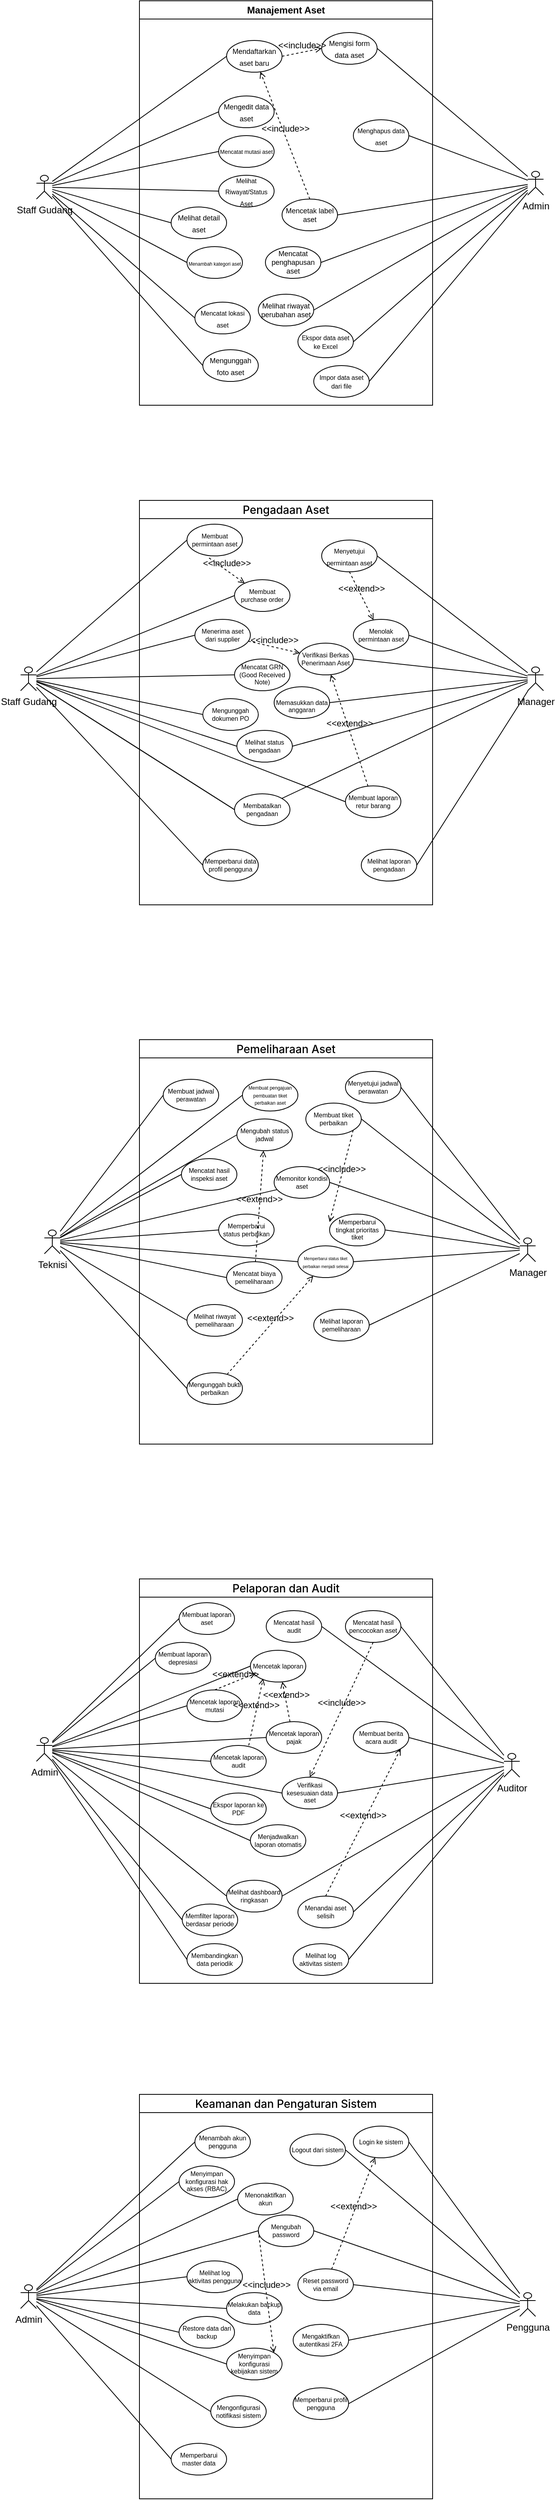
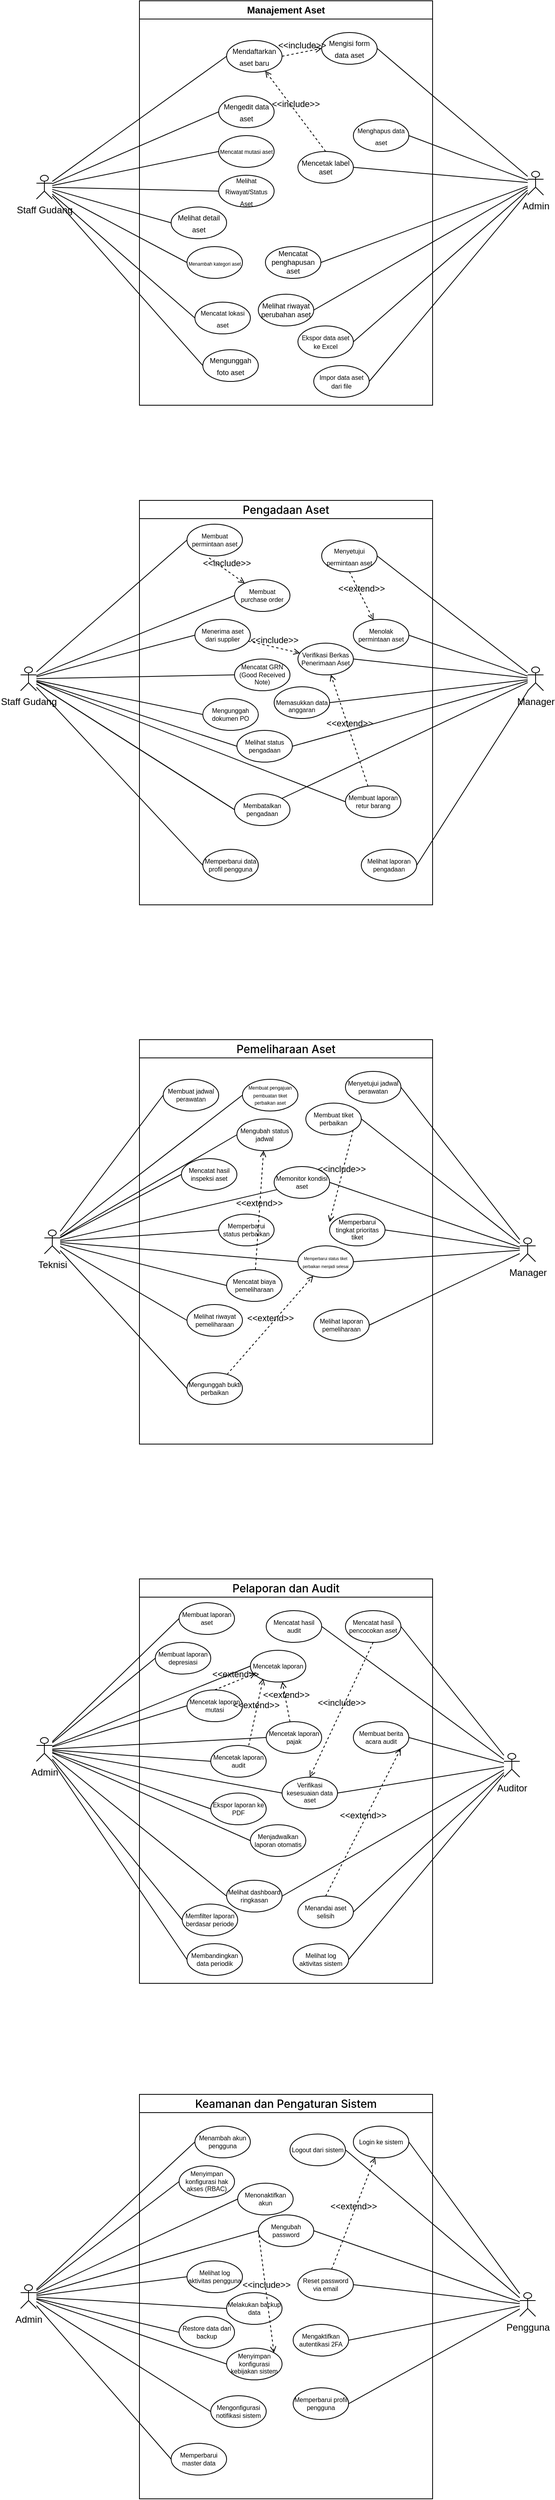
<mxfile host="app.diagrams.net">
  <diagram name="Halaman-1" id="vrqg1WvFMhjWSPYmkqD6">
-     <mxGraphModel dx="624" dy="344" grid="1" gridSize="10" guides="1" tooltips="1" connect="1" arrows="1" fold="1" page="1" pageScale="1" pageWidth="827" pageHeight="1169" math="0" shadow="0">
+     <mxGraphModel dx="1288" dy="709" grid="1" gridSize="10" guides="1" tooltips="1" connect="1" arrows="1" fold="1" page="1" pageScale="1" pageWidth="827" pageHeight="1169" math="0" shadow="0">
      <root>
        <mxCell id="0" />
        <mxCell id="1" parent="0" />
        <mxCell id="ttJMnmOJ9A8DWHro3bs2-210" parent="1" style="shape=umlActor;verticalLabelPosition=bottom;verticalAlign=top;html=1;outlineConnect=0;" value="Staff Gudang" vertex="1">
          <mxGeometry height="30" width="20" x="90" y="310" as="geometry" />
        </mxCell>
        <mxCell id="ttJMnmOJ9A8DWHro3bs2-211" parent="1" style="shape=umlActor;verticalLabelPosition=bottom;verticalAlign=top;html=1;outlineConnect=0;" value="Admin" vertex="1">
          <mxGeometry height="30" width="20" x="710" y="305" as="geometry" />
        </mxCell>
        <mxCell id="ttJMnmOJ9A8DWHro3bs2-215" edge="1" parent="1" source="ttJMnmOJ9A8DWHro3bs2-216" style="rounded=0;orthogonalLoop=1;jettySize=auto;html=1;exitX=0;exitY=0.5;exitDx=0;exitDy=0;endArrow=none;endFill=0;" target="ttJMnmOJ9A8DWHro3bs2-210">
          <mxGeometry relative="1" as="geometry" />
        </mxCell>
        <mxCell id="ttJMnmOJ9A8DWHro3bs2-217" edge="1" parent="1" source="ttJMnmOJ9A8DWHro3bs2-218" style="rounded=0;orthogonalLoop=1;jettySize=auto;html=1;exitX=0;exitY=0.5;exitDx=0;exitDy=0;endArrow=none;endFill=0;" target="ttJMnmOJ9A8DWHro3bs2-210">
          <mxGeometry relative="1" as="geometry" />
        </mxCell>
        <mxCell id="ttJMnmOJ9A8DWHro3bs2-219" parent="1" style="ellipse;whiteSpace=wrap;html=1;align=center;" value="&lt;span style=&quot;font-size: 6px;&quot;&gt;Menambah kategori aset&lt;/span&gt;" vertex="1">
          <mxGeometry height="40" width="70" x="280" y="400" as="geometry" />
        </mxCell>
        <mxCell id="ttJMnmOJ9A8DWHro3bs2-220" parent="1" style="ellipse;whiteSpace=wrap;html=1;align=center;" value="&lt;span style=&quot;&quot;&gt;&lt;font style=&quot;font-size: 9px;&quot;&gt;Mengunggah foto aset&lt;/font&gt;&lt;/span&gt;" vertex="1">
          <mxGeometry height="40" width="70" x="300" y="530" as="geometry" />
        </mxCell>
        <mxCell id="ttJMnmOJ9A8DWHro3bs2-221" parent="1" style="ellipse;whiteSpace=wrap;html=1;align=center;" value="&lt;span style=&quot;&quot;&gt;&lt;font style=&quot;font-size: 9px;&quot;&gt;Mengedit data aset&lt;/font&gt;&lt;/span&gt;" vertex="1">
          <mxGeometry height="40" width="70" x="320" y="210" as="geometry" />
        </mxCell>
        <mxCell id="ttJMnmOJ9A8DWHro3bs2-222" parent="1" style="ellipse;whiteSpace=wrap;html=1;align=center;" value="&lt;span style=&quot;&quot;&gt;&lt;font style=&quot;font-size: 8px;&quot;&gt;Mencatat lokasi aset&lt;/font&gt;&lt;/span&gt;" vertex="1">
          <mxGeometry height="40" width="70" x="290" y="470" as="geometry" />
        </mxCell>
        <mxCell id="ttJMnmOJ9A8DWHro3bs2-223" parent="1" style="ellipse;whiteSpace=wrap;html=1;align=center;" value="&lt;span style=&quot;&quot;&gt;&lt;font style=&quot;font-size: 9px;&quot;&gt;Mengisi form data aset&lt;/font&gt;&lt;/span&gt;" vertex="1">
          <mxGeometry height="40" width="70" x="450" y="130" as="geometry" />
        </mxCell>
        <mxCell id="ttJMnmOJ9A8DWHro3bs2-226" edge="1" parent="1" source="ttJMnmOJ9A8DWHro3bs2-227" style="rounded=0;orthogonalLoop=1;jettySize=auto;html=1;exitX=1;exitY=0.5;exitDx=0;exitDy=0;endArrow=none;endFill=0;" target="ttJMnmOJ9A8DWHro3bs2-211">
          <mxGeometry relative="1" as="geometry">
            <mxPoint x="710" y="340" as="targetPoint" />
          </mxGeometry>
        </mxCell>
        <mxCell id="ttJMnmOJ9A8DWHro3bs2-232" edge="1" parent="1" source="ttJMnmOJ9A8DWHro3bs2-212" style="rounded=0;orthogonalLoop=1;jettySize=auto;html=1;exitX=0;exitY=0.5;exitDx=0;exitDy=0;endArrow=none;endFill=0;" target="ttJMnmOJ9A8DWHro3bs2-210">
          <mxGeometry relative="1" as="geometry" />
        </mxCell>
        <mxCell id="ttJMnmOJ9A8DWHro3bs2-233" edge="1" parent="1" source="ttJMnmOJ9A8DWHro3bs2-221" style="rounded=0;orthogonalLoop=1;jettySize=auto;html=1;exitX=0;exitY=0.5;exitDx=0;exitDy=0;endArrow=none;endFill=0;" target="ttJMnmOJ9A8DWHro3bs2-210">
          <mxGeometry relative="1" as="geometry" />
        </mxCell>
        <mxCell id="ttJMnmOJ9A8DWHro3bs2-234" edge="1" parent="1" source="ttJMnmOJ9A8DWHro3bs2-220" style="rounded=0;orthogonalLoop=1;jettySize=auto;html=1;exitX=0;exitY=0.5;exitDx=0;exitDy=0;endArrow=none;endFill=0;" target="ttJMnmOJ9A8DWHro3bs2-210">
          <mxGeometry relative="1" as="geometry" />
        </mxCell>
        <mxCell id="ttJMnmOJ9A8DWHro3bs2-235" edge="1" parent="1" source="ttJMnmOJ9A8DWHro3bs2-219" style="rounded=0;orthogonalLoop=1;jettySize=auto;html=1;exitX=0;exitY=0.5;exitDx=0;exitDy=0;startSize=5;endArrow=none;endFill=0;" target="ttJMnmOJ9A8DWHro3bs2-210">
          <mxGeometry relative="1" as="geometry" />
        </mxCell>
        <mxCell id="ttJMnmOJ9A8DWHro3bs2-236" edge="1" parent="1" source="ttJMnmOJ9A8DWHro3bs2-222" style="rounded=0;orthogonalLoop=1;jettySize=auto;html=1;exitX=0;exitY=0.5;exitDx=0;exitDy=0;endArrow=none;endFill=0;" target="ttJMnmOJ9A8DWHro3bs2-210">
          <mxGeometry relative="1" as="geometry" />
        </mxCell>
        <mxCell id="ttJMnmOJ9A8DWHro3bs2-237" edge="1" parent="1" source="ttJMnmOJ9A8DWHro3bs2-223" style="rounded=0;orthogonalLoop=1;jettySize=auto;html=1;exitX=1;exitY=0.5;exitDx=0;exitDy=0;endArrow=none;endFill=0;" target="ttJMnmOJ9A8DWHro3bs2-211">
          <mxGeometry relative="1" as="geometry" />
        </mxCell>
        <mxCell id="ttJMnmOJ9A8DWHro3bs2-240" edge="1" parent="1" source="ttJMnmOJ9A8DWHro3bs2-230" style="rounded=0;orthogonalLoop=1;jettySize=auto;html=1;exitX=1;exitY=0.5;exitDx=0;exitDy=0;endArrow=none;endFill=0;" target="ttJMnmOJ9A8DWHro3bs2-211">
          <mxGeometry relative="1" as="geometry" />
        </mxCell>
        <mxCell id="ttJMnmOJ9A8DWHro3bs2-241" edge="1" parent="1" source="ttJMnmOJ9A8DWHro3bs2-228" style="rounded=0;orthogonalLoop=1;jettySize=auto;html=1;exitX=1;exitY=0.5;exitDx=0;exitDy=0;endArrow=none;endFill=0;" target="ttJMnmOJ9A8DWHro3bs2-211">
          <mxGeometry relative="1" as="geometry" />
        </mxCell>
        <mxCell id="ttJMnmOJ9A8DWHro3bs2-242" edge="1" parent="1" source="ttJMnmOJ9A8DWHro3bs2-225" style="rounded=0;orthogonalLoop=1;jettySize=auto;html=1;exitX=1;exitY=0.5;exitDx=0;exitDy=0;endArrow=none;endFill=0;" target="ttJMnmOJ9A8DWHro3bs2-211">
          <mxGeometry relative="1" as="geometry" />
        </mxCell>
        <mxCell id="ttJMnmOJ9A8DWHro3bs2-243" edge="1" parent="1" source="ttJMnmOJ9A8DWHro3bs2-231" style="rounded=0;orthogonalLoop=1;jettySize=auto;html=1;exitX=1;exitY=0.5;exitDx=0;exitDy=0;endArrow=none;endFill=0;" target="ttJMnmOJ9A8DWHro3bs2-211">
          <mxGeometry relative="1" as="geometry" />
        </mxCell>
        <mxCell id="ttJMnmOJ9A8DWHro3bs2-245" edge="1" parent="1" source="ttJMnmOJ9A8DWHro3bs2-212" style="html=1;verticalAlign=bottom;labelBackgroundColor=none;endArrow=open;endFill=0;dashed=1;rounded=0;entryX=0;entryY=0.5;entryDx=0;entryDy=0;exitX=1;exitY=0.5;exitDx=0;exitDy=0;" target="ttJMnmOJ9A8DWHro3bs2-223" value="&amp;lt;&amp;lt;include&amp;gt;&amp;gt;">
          <mxGeometry relative="1" width="160" as="geometry">
            <mxPoint x="400" y="170" as="sourcePoint" />
            <mxPoint x="560" y="170" as="targetPoint" />
          </mxGeometry>
        </mxCell>
        <mxCell id="ttJMnmOJ9A8DWHro3bs2-248" parent="1" style="swimlane;whiteSpace=wrap;html=1;startSize=23;" value="Manajement Aset" vertex="1">
          <mxGeometry height="510" width="370" x="220" y="90" as="geometry" />
        </mxCell>
        <mxCell id="ttJMnmOJ9A8DWHro3bs2-218" parent="ttJMnmOJ9A8DWHro3bs2-248" style="ellipse;whiteSpace=wrap;html=1;align=center;" value="&lt;span style=&quot;&quot;&gt;&lt;font style=&quot;font-size: 9px;&quot;&gt;Melihat detail aset&lt;/font&gt;&lt;/span&gt;" vertex="1">
          <mxGeometry height="40" width="70" x="40" y="260" as="geometry" />
        </mxCell>
        <mxCell id="ttJMnmOJ9A8DWHro3bs2-216" parent="ttJMnmOJ9A8DWHro3bs2-248" style="ellipse;whiteSpace=wrap;html=1;align=center;" value="&lt;font style=&quot;font-size: 8px;&quot;&gt;Melihat Riwayat/Status Aset&lt;/font&gt;" vertex="1">
          <mxGeometry height="40" width="70" x="100" y="220" as="geometry" />
        </mxCell>
        <mxCell id="ttJMnmOJ9A8DWHro3bs2-230" parent="ttJMnmOJ9A8DWHro3bs2-248" style="ellipse;whiteSpace=wrap;html=1;verticalAlign=middle;fontSize=9;align=center;" value="Mencatat penghapusan aset" vertex="1">
          <mxGeometry height="40" width="70" x="159" y="310" as="geometry" />
        </mxCell>
        <mxCell id="ttJMnmOJ9A8DWHro3bs2-214" parent="ttJMnmOJ9A8DWHro3bs2-248" style="ellipse;whiteSpace=wrap;html=1;align=center;" value="&lt;span style=&quot;&quot;&gt;&lt;font style=&quot;font-size: 8px;&quot;&gt;Menghapus data aset&lt;/font&gt;&lt;/span&gt;" vertex="1">
          <mxGeometry height="40" width="70" x="270" y="150" as="geometry" />
        </mxCell>
        <mxCell id="ttJMnmOJ9A8DWHro3bs2-229" parent="ttJMnmOJ9A8DWHro3bs2-248" style="ellipse;whiteSpace=wrap;html=1;verticalAlign=middle;fontSize=9;align=center;" value="&lt;font style=&quot;font-size: 7px;&quot;&gt;Mencatat mutasi aset&lt;/font&gt;" vertex="1">
          <mxGeometry height="40" width="70" x="100" y="170" as="geometry" />
        </mxCell>
        <mxCell id="ttJMnmOJ9A8DWHro3bs2-225" parent="ttJMnmOJ9A8DWHro3bs2-248" style="ellipse;whiteSpace=wrap;html=1;verticalAlign=middle;fontSize=9;align=center;" value="Melihat riwayat perubahan aset" vertex="1">
          <mxGeometry height="40" width="70" x="150" y="370" as="geometry" />
        </mxCell>
        <mxCell id="ttJMnmOJ9A8DWHro3bs2-231" parent="ttJMnmOJ9A8DWHro3bs2-248" style="ellipse;whiteSpace=wrap;html=1;verticalAlign=middle;fontSize=9;align=center;" value="&lt;font style=&quot;font-size: 8px;&quot;&gt;Impor data aset dari file&lt;/font&gt;" vertex="1">
          <mxGeometry height="40" width="70" x="220" y="460" as="geometry" />
        </mxCell>
        <mxCell id="ttJMnmOJ9A8DWHro3bs2-227" parent="ttJMnmOJ9A8DWHro3bs2-248" style="ellipse;whiteSpace=wrap;html=1;verticalAlign=middle;fontSize=9;align=center;" value="&lt;font style=&quot;font-size: 8px;&quot;&gt;Ekspor data aset ke Excel&lt;/font&gt;" vertex="1">
          <mxGeometry height="40" width="70" x="200" y="410" as="geometry" />
        </mxCell>
        <mxCell id="ttJMnmOJ9A8DWHro3bs2-228" parent="ttJMnmOJ9A8DWHro3bs2-248" style="ellipse;whiteSpace=wrap;html=1;verticalAlign=middle;fontSize=9;align=center;" value="Mencetak label aset" vertex="1">
-           <mxGeometry height="40" width="70" x="180" y="250" as="geometry" />
+           <mxGeometry height="40" width="70" x="200" y="190" as="geometry" />
        </mxCell>
        <mxCell id="ttJMnmOJ9A8DWHro3bs2-212" parent="ttJMnmOJ9A8DWHro3bs2-248" style="ellipse;whiteSpace=wrap;html=1;align=center;" value="&lt;span style=&quot;&quot;&gt;&lt;font style=&quot;font-size: 9px;&quot;&gt;Mendaftarkan aset baru&lt;/font&gt;&lt;/span&gt;" vertex="1">
          <mxGeometry height="40" width="70" x="110" y="50" as="geometry" />
        </mxCell>
        <mxCell id="ttJMnmOJ9A8DWHro3bs2-244" edge="1" parent="ttJMnmOJ9A8DWHro3bs2-248" source="ttJMnmOJ9A8DWHro3bs2-228" style="html=1;verticalAlign=bottom;labelBackgroundColor=none;endArrow=open;endFill=0;dashed=1;rounded=0;exitX=0.5;exitY=0;exitDx=0;exitDy=0;" target="ttJMnmOJ9A8DWHro3bs2-212" value="&amp;lt;&amp;lt;include&amp;gt;&amp;gt;">
          <mxGeometry relative="1" width="160" as="geometry">
            <mxPoint x="160" y="300" as="sourcePoint" />
            <mxPoint x="265" y="130" as="targetPoint" />
          </mxGeometry>
        </mxCell>
        <mxCell id="ttJMnmOJ9A8DWHro3bs2-249" parent="1" style="swimlane;whiteSpace=wrap;html=1;startSize=23;" value="&lt;span style=&quot;font-family: &amp;quot;Anthropic Sans&amp;quot;, -apple-system, BlinkMacSystemFont, &amp;quot;Segoe UI&amp;quot;, sans-serif; font-size: 14px; font-weight: 500; text-align: start; white-space: nowrap;&quot;&gt;Pengadaan Aset&lt;/span&gt;" vertex="1">
          <mxGeometry height="510" width="370" x="220" y="720" as="geometry" />
        </mxCell>
        <mxCell id="ttJMnmOJ9A8DWHro3bs2-253" parent="ttJMnmOJ9A8DWHro3bs2-249" style="ellipse;whiteSpace=wrap;html=1;align=center;fontSize=8;" value="&lt;span style=&quot;&quot;&gt;Membuat permintaan aset&lt;/span&gt;" vertex="1">
          <mxGeometry height="40" width="70" x="60" y="30" as="geometry" />
        </mxCell>
        <mxCell id="ttJMnmOJ9A8DWHro3bs2-254" parent="ttJMnmOJ9A8DWHro3bs2-249" style="ellipse;whiteSpace=wrap;html=1;align=center;fontSize=8;" value="&lt;span style=&quot;&quot;&gt;Membuat purchase order&lt;/span&gt;" vertex="1">
          <mxGeometry height="40" width="70" x="120" y="100" as="geometry" />
        </mxCell>
        <mxCell id="ttJMnmOJ9A8DWHro3bs2-260" parent="ttJMnmOJ9A8DWHro3bs2-249" style="ellipse;whiteSpace=wrap;html=1;align=center;fontSize=8;" value="&lt;span style=&quot;&quot;&gt;Menerima aset dari supplier&lt;/span&gt;" vertex="1">
          <mxGeometry height="40" width="70" x="70" y="150" as="geometry" />
        </mxCell>
        <mxCell id="ttJMnmOJ9A8DWHro3bs2-255" parent="ttJMnmOJ9A8DWHro3bs2-249" style="ellipse;whiteSpace=wrap;html=1;align=center;fontSize=8;" value="Memperbarui data profil pengguna" vertex="1">
          <mxGeometry height="40" width="70" x="80" y="440" as="geometry" />
        </mxCell>
        <mxCell id="ttJMnmOJ9A8DWHro3bs2-258" parent="ttJMnmOJ9A8DWHro3bs2-249" style="ellipse;whiteSpace=wrap;html=1;align=center;fontSize=8;" value="&lt;span style=&quot;&quot;&gt;Mencatat GRN (Good Received Note)&lt;/span&gt;" vertex="1">
          <mxGeometry height="40" width="70" x="120" y="200" as="geometry" />
        </mxCell>
        <mxCell id="ttJMnmOJ9A8DWHro3bs2-259" parent="ttJMnmOJ9A8DWHro3bs2-249" style="ellipse;whiteSpace=wrap;html=1;align=center;fontSize=8;" value="&lt;span style=&quot;&quot;&gt;Membatalkan pengadaan&lt;/span&gt;" vertex="1">
          <mxGeometry height="40" width="70" x="120" y="370" as="geometry" />
        </mxCell>
        <mxCell id="ttJMnmOJ9A8DWHro3bs2-256" parent="ttJMnmOJ9A8DWHro3bs2-249" style="ellipse;whiteSpace=wrap;html=1;align=center;fontSize=8;" value="&lt;span style=&quot;&quot;&gt;Mengunggah dokumen PO&lt;/span&gt;" vertex="1">
          <mxGeometry height="40" width="70" x="80" y="250" as="geometry" />
        </mxCell>
        <mxCell id="ttJMnmOJ9A8DWHro3bs2-257" parent="ttJMnmOJ9A8DWHro3bs2-249" style="ellipse;whiteSpace=wrap;html=1;align=center;fontSize=8;" value="&lt;span style=&quot;&quot;&gt;Melihat status pengadaan&lt;/span&gt;" vertex="1">
          <mxGeometry height="40" width="70" x="123" y="290" as="geometry" />
        </mxCell>
        <mxCell id="ttJMnmOJ9A8DWHro3bs2-263" parent="ttJMnmOJ9A8DWHro3bs2-249" style="ellipse;whiteSpace=wrap;html=1;align=center;" value="&lt;span style=&quot;&quot;&gt;&lt;font style=&quot;font-size: 8px;&quot;&gt;Menyetujui permintaan aset&lt;/font&gt;&lt;/span&gt;" vertex="1">
          <mxGeometry height="40" width="70" x="230" y="50" as="geometry" />
        </mxCell>
        <mxCell id="ttJMnmOJ9A8DWHro3bs2-261" parent="ttJMnmOJ9A8DWHro3bs2-249" style="ellipse;whiteSpace=wrap;html=1;align=center;fontSize=8;" value="&lt;span style=&quot;&quot;&gt;Menolak permintaan aset&lt;/span&gt;" vertex="1">
          <mxGeometry height="40" width="70" x="270" y="150" as="geometry" />
        </mxCell>
        <mxCell id="ttJMnmOJ9A8DWHro3bs2-262" parent="ttJMnmOJ9A8DWHro3bs2-249" style="ellipse;whiteSpace=wrap;html=1;align=center;fontSize=8;" value="&lt;br&gt;&lt;div&gt;Memasukkan data anggaran&lt;/div&gt;" vertex="1">
          <mxGeometry height="40" width="70" x="170" y="235" as="geometry" />
        </mxCell>
        <mxCell id="ttJMnmOJ9A8DWHro3bs2-264" parent="ttJMnmOJ9A8DWHro3bs2-249" style="ellipse;whiteSpace=wrap;html=1;align=center;fontSize=8;" value="&lt;span style=&quot;&quot;&gt;Melihat laporan pengadaan&lt;/span&gt;" vertex="1">
          <mxGeometry height="40" width="70" x="280" y="440" as="geometry" />
        </mxCell>
        <mxCell id="ttJMnmOJ9A8DWHro3bs2-265" parent="ttJMnmOJ9A8DWHro3bs2-249" style="ellipse;whiteSpace=wrap;html=1;align=center;fontSize=8;" value="Verifikasi Berkas Penerimaan Aset" vertex="1">
          <mxGeometry height="40" width="70" x="200" y="180" as="geometry" />
        </mxCell>
        <mxCell id="ttJMnmOJ9A8DWHro3bs2-286" edge="1" parent="ttJMnmOJ9A8DWHro3bs2-249" source="ttJMnmOJ9A8DWHro3bs2-263" style="html=1;verticalAlign=bottom;labelBackgroundColor=none;endArrow=open;endFill=0;dashed=1;rounded=0;exitX=0.5;exitY=1;exitDx=0;exitDy=0;" target="ttJMnmOJ9A8DWHro3bs2-261" value="&amp;lt;&amp;lt;extend&amp;gt;&amp;gt;">
          <mxGeometry relative="1" width="160" as="geometry">
            <mxPoint x="220" y="80" as="sourcePoint" />
            <mxPoint x="270" y="84" as="targetPoint" />
          </mxGeometry>
        </mxCell>
        <mxCell id="Ji7-jTJ7KOdppPhq-gUy-3" edge="1" parent="ttJMnmOJ9A8DWHro3bs2-249" source="ttJMnmOJ9A8DWHro3bs2-253" style="html=1;verticalAlign=bottom;labelBackgroundColor=none;endArrow=open;endFill=0;dashed=1;rounded=0;exitX=0.398;exitY=1.064;exitDx=0;exitDy=0;exitPerimeter=0;" target="ttJMnmOJ9A8DWHro3bs2-254" value="&amp;lt;&amp;lt;include&amp;gt;&amp;gt;">
          <mxGeometry relative="1" width="160" as="geometry">
            <mxPoint x="210" y="70" as="sourcePoint" />
            <mxPoint x="232" y="173" as="targetPoint" />
          </mxGeometry>
        </mxCell>
        <mxCell id="Ji7-jTJ7KOdppPhq-gUy-5" edge="1" parent="ttJMnmOJ9A8DWHro3bs2-249" source="ttJMnmOJ9A8DWHro3bs2-260" style="html=1;verticalAlign=bottom;labelBackgroundColor=none;endArrow=open;endFill=0;dashed=1;rounded=0;" target="ttJMnmOJ9A8DWHro3bs2-265" value="&amp;lt;&amp;lt;include&amp;gt;&amp;gt;">
          <mxGeometry relative="1" width="160" as="geometry">
            <mxPoint x="190" y="150" as="sourcePoint" />
            <mxPoint x="235" y="182" as="targetPoint" />
          </mxGeometry>
        </mxCell>
        <mxCell id="Ji7-jTJ7KOdppPhq-gUy-6" parent="ttJMnmOJ9A8DWHro3bs2-249" style="ellipse;whiteSpace=wrap;html=1;align=center;fontSize=8;" value="&lt;span style=&quot;&quot;&gt;Me&lt;/span&gt;&lt;span style=&quot;background-color: transparent; color: light-dark(rgb(0, 0, 0), rgb(255, 255, 255));&quot;&gt;mbuat laporan retur barang&lt;/span&gt;" vertex="1">
          <mxGeometry height="40" width="70" x="260" y="360" as="geometry" />
        </mxCell>
        <mxCell id="Ji7-jTJ7KOdppPhq-gUy-8" edge="1" parent="ttJMnmOJ9A8DWHro3bs2-249" source="Ji7-jTJ7KOdppPhq-gUy-6" style="html=1;verticalAlign=bottom;labelBackgroundColor=none;endArrow=open;endFill=0;dashed=1;rounded=0;" target="ttJMnmOJ9A8DWHro3bs2-265" value="&amp;lt;&amp;lt;extend&amp;gt;&amp;gt;">
          <mxGeometry relative="1" width="160" as="geometry">
            <mxPoint x="300" y="340" as="sourcePoint" />
            <mxPoint x="330" y="401" as="targetPoint" />
          </mxGeometry>
        </mxCell>
        <mxCell id="ttJMnmOJ9A8DWHro3bs2-250" parent="1" style="shape=umlActor;verticalLabelPosition=bottom;verticalAlign=top;html=1;outlineConnect=0;" value="Staff Gudang" vertex="1">
          <mxGeometry height="30" width="20" x="70" y="930" as="geometry" />
        </mxCell>
        <mxCell id="ttJMnmOJ9A8DWHro3bs2-251" parent="1" style="shape=umlActor;verticalLabelPosition=bottom;verticalAlign=top;html=1;outlineConnect=0;" value="Manager" vertex="1">
          <mxGeometry height="30" width="20" x="710" y="930" as="geometry" />
        </mxCell>
        <mxCell id="ttJMnmOJ9A8DWHro3bs2-274" edge="1" parent="1" source="ttJMnmOJ9A8DWHro3bs2-256" style="rounded=0;orthogonalLoop=1;jettySize=auto;html=1;exitX=0;exitY=0.5;exitDx=0;exitDy=0;endArrow=none;endFill=0;" target="ttJMnmOJ9A8DWHro3bs2-250">
          <mxGeometry relative="1" as="geometry" />
        </mxCell>
        <mxCell id="ttJMnmOJ9A8DWHro3bs2-275" edge="1" parent="1" source="ttJMnmOJ9A8DWHro3bs2-257" style="rounded=0;orthogonalLoop=1;jettySize=auto;html=1;exitX=0;exitY=0.5;exitDx=0;exitDy=0;endArrow=none;endFill=0;" target="ttJMnmOJ9A8DWHro3bs2-250">
          <mxGeometry relative="1" as="geometry" />
        </mxCell>
        <mxCell id="ttJMnmOJ9A8DWHro3bs2-266" edge="1" parent="1" source="ttJMnmOJ9A8DWHro3bs2-253" style="rounded=0;orthogonalLoop=1;jettySize=auto;html=1;exitX=0;exitY=0.5;exitDx=0;exitDy=0;endArrow=none;endFill=0;" target="ttJMnmOJ9A8DWHro3bs2-250">
          <mxGeometry relative="1" as="geometry" />
        </mxCell>
        <mxCell id="ttJMnmOJ9A8DWHro3bs2-267" edge="1" parent="1" source="ttJMnmOJ9A8DWHro3bs2-254" style="rounded=0;orthogonalLoop=1;jettySize=auto;html=1;exitX=0;exitY=0.5;exitDx=0;exitDy=0;endArrow=none;endFill=0;" target="ttJMnmOJ9A8DWHro3bs2-250">
          <mxGeometry relative="1" as="geometry" />
        </mxCell>
        <mxCell id="ttJMnmOJ9A8DWHro3bs2-268" edge="1" parent="1" source="ttJMnmOJ9A8DWHro3bs2-260" style="rounded=0;orthogonalLoop=1;jettySize=auto;html=1;exitX=0;exitY=0.5;exitDx=0;exitDy=0;endArrow=none;endFill=0;" target="ttJMnmOJ9A8DWHro3bs2-250">
          <mxGeometry relative="1" as="geometry" />
        </mxCell>
        <mxCell id="ttJMnmOJ9A8DWHro3bs2-269" edge="1" parent="1" source="ttJMnmOJ9A8DWHro3bs2-255" style="rounded=0;orthogonalLoop=1;jettySize=auto;html=1;exitX=0;exitY=0.5;exitDx=0;exitDy=0;endArrow=none;endFill=0;" target="ttJMnmOJ9A8DWHro3bs2-250">
          <mxGeometry relative="1" as="geometry" />
        </mxCell>
        <mxCell id="ttJMnmOJ9A8DWHro3bs2-271" edge="1" parent="1" source="ttJMnmOJ9A8DWHro3bs2-259" style="rounded=0;orthogonalLoop=1;jettySize=auto;html=1;exitX=0;exitY=0.5;exitDx=0;exitDy=0;endArrow=none;endFill=0;" target="ttJMnmOJ9A8DWHro3bs2-250">
          <mxGeometry relative="1" as="geometry" />
        </mxCell>
        <mxCell id="ttJMnmOJ9A8DWHro3bs2-272" edge="1" parent="1" source="ttJMnmOJ9A8DWHro3bs2-259" style="rounded=0;orthogonalLoop=1;jettySize=auto;html=1;exitX=0;exitY=0.5;exitDx=0;exitDy=0;endArrow=none;endFill=0;" target="ttJMnmOJ9A8DWHro3bs2-250">
          <mxGeometry relative="1" as="geometry" />
        </mxCell>
        <mxCell id="ttJMnmOJ9A8DWHro3bs2-276" edge="1" parent="1" source="ttJMnmOJ9A8DWHro3bs2-258" style="rounded=0;orthogonalLoop=1;jettySize=auto;html=1;exitX=0;exitY=0.5;exitDx=0;exitDy=0;endArrow=none;endFill=0;" target="ttJMnmOJ9A8DWHro3bs2-250" value="">
          <mxGeometry relative="1" as="geometry">
            <mxPoint x="330" y="1030" as="sourcePoint" />
            <mxPoint x="120" y="900" as="targetPoint" />
          </mxGeometry>
        </mxCell>
        <mxCell id="ttJMnmOJ9A8DWHro3bs2-278" edge="1" parent="1" source="ttJMnmOJ9A8DWHro3bs2-263" style="rounded=0;orthogonalLoop=1;jettySize=auto;html=1;exitX=1;exitY=0.5;exitDx=0;exitDy=0;endArrow=none;endFill=0;" target="ttJMnmOJ9A8DWHro3bs2-251">
          <mxGeometry relative="1" as="geometry" />
        </mxCell>
        <mxCell id="ttJMnmOJ9A8DWHro3bs2-279" edge="1" parent="1" source="ttJMnmOJ9A8DWHro3bs2-261" style="rounded=0;orthogonalLoop=1;jettySize=auto;html=1;exitX=1;exitY=0.5;exitDx=0;exitDy=0;endArrow=none;endFill=0;" target="ttJMnmOJ9A8DWHro3bs2-251">
          <mxGeometry relative="1" as="geometry" />
        </mxCell>
        <mxCell id="ttJMnmOJ9A8DWHro3bs2-280" edge="1" parent="1" source="ttJMnmOJ9A8DWHro3bs2-262" style="rounded=0;orthogonalLoop=1;jettySize=auto;html=1;exitX=1;exitY=0.5;exitDx=0;exitDy=0;endArrow=none;endFill=0;" target="ttJMnmOJ9A8DWHro3bs2-251">
          <mxGeometry relative="1" as="geometry" />
        </mxCell>
        <mxCell id="ttJMnmOJ9A8DWHro3bs2-281" edge="1" parent="1" source="ttJMnmOJ9A8DWHro3bs2-264" style="rounded=0;orthogonalLoop=1;jettySize=auto;html=1;exitX=1;exitY=0.5;exitDx=0;exitDy=0;endArrow=none;endFill=0;" target="ttJMnmOJ9A8DWHro3bs2-251">
          <mxGeometry relative="1" as="geometry" />
        </mxCell>
        <mxCell id="ttJMnmOJ9A8DWHro3bs2-282" edge="1" parent="1" source="ttJMnmOJ9A8DWHro3bs2-265" style="rounded=0;orthogonalLoop=1;jettySize=auto;html=1;exitX=1;exitY=0.5;exitDx=0;exitDy=0;endArrow=none;endFill=0;" target="ttJMnmOJ9A8DWHro3bs2-251">
          <mxGeometry relative="1" as="geometry" />
        </mxCell>
        <mxCell id="ttJMnmOJ9A8DWHro3bs2-319" parent="1" style="swimlane;whiteSpace=wrap;html=1;startSize=23;" value="&lt;span style=&quot;font-family: &amp;quot;Anthropic Sans&amp;quot;, -apple-system, BlinkMacSystemFont, &amp;quot;Segoe UI&amp;quot;, sans-serif; font-size: 14px; font-weight: 500; text-align: start; white-space: nowrap;&quot;&gt;Pemeliharaan Aset&lt;/span&gt;" vertex="1">
          <mxGeometry height="510" width="370" x="220" y="1400" as="geometry" />
        </mxCell>
        <mxCell id="ttJMnmOJ9A8DWHro3bs2-322" parent="ttJMnmOJ9A8DWHro3bs2-319" style="ellipse;whiteSpace=wrap;html=1;align=center;fontSize=8;" value="Membuat jadwal perawatan" vertex="1">
          <mxGeometry height="40" width="70" x="30" y="50" as="geometry" />
        </mxCell>
        <mxCell id="ttJMnmOJ9A8DWHro3bs2-323" parent="ttJMnmOJ9A8DWHro3bs2-319" style="ellipse;whiteSpace=wrap;html=1;align=center;fontSize=8;" value="Mencatat hasil inspeksi aset" vertex="1">
          <mxGeometry height="40" width="70" x="53" y="150" as="geometry" />
        </mxCell>
        <mxCell id="ttJMnmOJ9A8DWHro3bs2-324" parent="ttJMnmOJ9A8DWHro3bs2-319" style="ellipse;whiteSpace=wrap;html=1;align=center;fontSize=8;" value="Membuat tiket perbaikan" vertex="1">
          <mxGeometry height="40" width="70" x="210" y="80" as="geometry" />
        </mxCell>
        <mxCell id="ttJMnmOJ9A8DWHro3bs2-325" parent="ttJMnmOJ9A8DWHro3bs2-319" style="ellipse;whiteSpace=wrap;html=1;align=center;fontSize=8;" value="Memperbarui status perbaikan" vertex="1">
          <mxGeometry height="40" width="70" x="100" y="220" as="geometry" />
        </mxCell>
        <mxCell id="ttJMnmOJ9A8DWHro3bs2-326" parent="ttJMnmOJ9A8DWHro3bs2-319" style="ellipse;whiteSpace=wrap;html=1;align=center;fontSize=8;" value="Mencatat biaya pemeliharaan" vertex="1">
-           <mxGeometry height="40" width="70" x="110" y="280" as="geometry" />
+           <mxGeometry height="40" width="70" x="110" y="290" as="geometry" />
        </mxCell>
        <mxCell id="ttJMnmOJ9A8DWHro3bs2-328" parent="ttJMnmOJ9A8DWHro3bs2-319" style="ellipse;whiteSpace=wrap;html=1;align=center;fontSize=8;" value="Melihat riwayat pemeliharaan" vertex="1">
          <mxGeometry height="40" width="70" x="60" y="334" as="geometry" />
        </mxCell>
        <mxCell id="ttJMnmOJ9A8DWHro3bs2-329" parent="ttJMnmOJ9A8DWHro3bs2-319" style="ellipse;whiteSpace=wrap;html=1;align=center;fontSize=8;" value="Mengunggah bukti perbaikan" vertex="1">
          <mxGeometry height="40" width="70" x="60" y="420" as="geometry" />
        </mxCell>
        <mxCell id="ttJMnmOJ9A8DWHro3bs2-332" parent="ttJMnmOJ9A8DWHro3bs2-319" style="ellipse;whiteSpace=wrap;html=1;align=center;fontSize=8;" value="Memperbarui tingkat prioritas tiket" vertex="1">
          <mxGeometry height="40" width="70" x="240" y="220" as="geometry" />
        </mxCell>
        <mxCell id="ttJMnmOJ9A8DWHro3bs2-333" parent="ttJMnmOJ9A8DWHro3bs2-319" style="ellipse;whiteSpace=wrap;html=1;align=center;fontSize=8;" value="Melihat laporan pemeliharaan" vertex="1">
          <mxGeometry height="40" width="70" x="220" y="340" as="geometry" />
        </mxCell>
        <mxCell id="ttJMnmOJ9A8DWHro3bs2-334" parent="ttJMnmOJ9A8DWHro3bs2-319" style="ellipse;whiteSpace=wrap;html=1;align=center;fontSize=8;" value="&lt;font style=&quot;font-size: 5px;&quot;&gt;Memperbarui status tiket perbaikan menjadi selesai&lt;/font&gt;" vertex="1">
          <mxGeometry height="40" width="70" x="200" y="260" as="geometry" />
        </mxCell>
        <mxCell id="ttJMnmOJ9A8DWHro3bs2-352" edge="1" parent="ttJMnmOJ9A8DWHro3bs2-319" style="edgeStyle=orthogonalEdgeStyle;rounded=0;orthogonalLoop=1;jettySize=auto;html=1;exitX=0.5;exitY=1;exitDx=0;exitDy=0;">
          <mxGeometry relative="1" as="geometry">
            <mxPoint x="265" y="393" as="sourcePoint" />
            <mxPoint x="265" y="393" as="targetPoint" />
          </mxGeometry>
        </mxCell>
        <mxCell id="ttJMnmOJ9A8DWHro3bs2-353" edge="1" parent="ttJMnmOJ9A8DWHro3bs2-319" source="ttJMnmOJ9A8DWHro3bs2-324" style="html=1;verticalAlign=bottom;labelBackgroundColor=none;endArrow=open;endFill=0;dashed=1;rounded=0;exitX=1;exitY=1;exitDx=0;exitDy=0;entryX=0;entryY=0.25;entryDx=0;entryDy=0;entryPerimeter=0;" target="ttJMnmOJ9A8DWHro3bs2-332" value="&amp;lt;&amp;lt;include&amp;gt;&amp;gt;">
          <mxGeometry relative="1" width="160" as="geometry">
            <mxPoint x="220" y="180" as="sourcePoint" />
            <mxPoint x="238" y="293" as="targetPoint" />
          </mxGeometry>
        </mxCell>
        <mxCell id="ttJMnmOJ9A8DWHro3bs2-354" edge="1" parent="ttJMnmOJ9A8DWHro3bs2-319" source="ttJMnmOJ9A8DWHro3bs2-329" style="html=1;verticalAlign=bottom;labelBackgroundColor=none;endArrow=open;endFill=0;dashed=1;rounded=0;" target="ttJMnmOJ9A8DWHro3bs2-334" value="&amp;lt;&amp;lt;extend&amp;gt;&amp;gt;">
          <mxGeometry relative="1" width="160" as="geometry">
            <mxPoint x="197" y="390" as="sourcePoint" />
            <mxPoint x="180" y="510" as="targetPoint" />
          </mxGeometry>
        </mxCell>
        <mxCell id="ttJMnmOJ9A8DWHro3bs2-331" parent="ttJMnmOJ9A8DWHro3bs2-319" style="ellipse;whiteSpace=wrap;html=1;align=center;fontSize=8;" value="Memonitor kondisi aset" vertex="1">
          <mxGeometry height="40" width="70" x="170" y="160" as="geometry" />
        </mxCell>
        <mxCell id="Ji7-jTJ7KOdppPhq-gUy-9" parent="ttJMnmOJ9A8DWHro3bs2-319" style="ellipse;whiteSpace=wrap;html=1;align=center;fontSize=8;" value="Mengubah status jadwal" vertex="1">
          <mxGeometry height="40" width="70" x="123" y="100" as="geometry" />
        </mxCell>
        <mxCell id="Ji7-jTJ7KOdppPhq-gUy-11" edge="1" parent="ttJMnmOJ9A8DWHro3bs2-319" source="ttJMnmOJ9A8DWHro3bs2-326" style="html=1;verticalAlign=bottom;labelBackgroundColor=none;endArrow=open;endFill=0;dashed=1;rounded=0;" target="Ji7-jTJ7KOdppPhq-gUy-9" value="&amp;lt;&amp;lt;extend&amp;gt;&amp;gt;">
          <mxGeometry relative="1" width="160" as="geometry">
            <mxPoint x="190" y="372" as="sourcePoint" />
            <mxPoint x="278" y="220" as="targetPoint" />
          </mxGeometry>
        </mxCell>
        <mxCell id="ttJMnmOJ9A8DWHro3bs2-330" parent="ttJMnmOJ9A8DWHro3bs2-319" style="ellipse;whiteSpace=wrap;html=1;align=center;fontSize=8;" value="Menyetujui jadwal perawatan" vertex="1">
          <mxGeometry height="40" width="70" x="260" y="40" as="geometry" />
        </mxCell>
        <mxCell id="Z1_i2laTNwozgm0S6zVG-1" parent="ttJMnmOJ9A8DWHro3bs2-319" style="ellipse;whiteSpace=wrap;html=1;align=center;fontSize=8;" value="&lt;font style=&quot;font-size: 6px;&quot;&gt;Membuat pengajuan pembuatan tiket perbaikan aset&lt;/font&gt;" vertex="1">
          <mxGeometry height="40" width="70" x="130" y="50" as="geometry" />
        </mxCell>
        <mxCell id="JGa3toTjyCk54IzFmMTe-4" edge="1" parent="1" source="ttJMnmOJ9A8DWHro3bs2-320" style="rounded=0;orthogonalLoop=1;jettySize=auto;html=1;entryX=0;entryY=0.5;entryDx=0;entryDy=0;endArrow=none;endFill=0;" target="ttJMnmOJ9A8DWHro3bs2-334">
          <mxGeometry relative="1" as="geometry" />
        </mxCell>
        <mxCell id="ttJMnmOJ9A8DWHro3bs2-320" parent="1" style="shape=umlActor;verticalLabelPosition=bottom;verticalAlign=top;html=1;outlineConnect=0;" value="Teknisi" vertex="1">
          <mxGeometry height="30" width="20" x="100" y="1640" as="geometry" />
        </mxCell>
        <mxCell id="ttJMnmOJ9A8DWHro3bs2-321" parent="1" style="shape=umlActor;verticalLabelPosition=bottom;verticalAlign=top;html=1;outlineConnect=0;" value="Manager" vertex="1">
          <mxGeometry height="30" width="20" x="700" y="1650" as="geometry" />
        </mxCell>
        <mxCell id="ttJMnmOJ9A8DWHro3bs2-336" edge="1" parent="1" source="ttJMnmOJ9A8DWHro3bs2-322" style="rounded=0;orthogonalLoop=1;jettySize=auto;html=1;exitX=0;exitY=0.5;exitDx=0;exitDy=0;endArrow=none;endFill=0;" target="ttJMnmOJ9A8DWHro3bs2-320">
          <mxGeometry relative="1" as="geometry" />
        </mxCell>
        <mxCell id="ttJMnmOJ9A8DWHro3bs2-337" edge="1" parent="1" source="ttJMnmOJ9A8DWHro3bs2-323" style="rounded=0;orthogonalLoop=1;jettySize=auto;html=1;exitX=0;exitY=0.5;exitDx=0;exitDy=0;endArrow=none;endFill=0;" target="ttJMnmOJ9A8DWHro3bs2-320">
          <mxGeometry relative="1" as="geometry" />
        </mxCell>
        <mxCell id="ttJMnmOJ9A8DWHro3bs2-339" edge="1" parent="1" source="ttJMnmOJ9A8DWHro3bs2-325" style="rounded=0;orthogonalLoop=1;jettySize=auto;html=1;exitX=0;exitY=0.5;exitDx=0;exitDy=0;endArrow=none;endFill=0;" target="ttJMnmOJ9A8DWHro3bs2-320">
          <mxGeometry relative="1" as="geometry" />
        </mxCell>
        <mxCell id="ttJMnmOJ9A8DWHro3bs2-340" edge="1" parent="1" source="ttJMnmOJ9A8DWHro3bs2-326" style="rounded=0;orthogonalLoop=1;jettySize=auto;html=1;exitX=0;exitY=0.5;exitDx=0;exitDy=0;endArrow=none;endFill=0;" target="ttJMnmOJ9A8DWHro3bs2-320">
          <mxGeometry relative="1" as="geometry" />
        </mxCell>
        <mxCell id="ttJMnmOJ9A8DWHro3bs2-341" edge="1" parent="1" source="ttJMnmOJ9A8DWHro3bs2-328" style="rounded=0;orthogonalLoop=1;jettySize=auto;html=1;exitX=0;exitY=0.5;exitDx=0;exitDy=0;endArrow=none;endFill=0;" target="ttJMnmOJ9A8DWHro3bs2-320">
          <mxGeometry relative="1" as="geometry" />
        </mxCell>
        <mxCell id="ttJMnmOJ9A8DWHro3bs2-345" edge="1" parent="1" source="ttJMnmOJ9A8DWHro3bs2-330" style="rounded=0;orthogonalLoop=1;jettySize=auto;html=1;exitX=1;exitY=0.5;exitDx=0;exitDy=0;endArrow=none;endFill=0;" target="ttJMnmOJ9A8DWHro3bs2-321">
          <mxGeometry relative="1" as="geometry" />
        </mxCell>
        <mxCell id="ttJMnmOJ9A8DWHro3bs2-346" edge="1" parent="1" source="ttJMnmOJ9A8DWHro3bs2-331" style="rounded=0;orthogonalLoop=1;jettySize=auto;html=1;exitX=1;exitY=0.5;exitDx=0;exitDy=0;endArrow=none;endFill=0;" target="ttJMnmOJ9A8DWHro3bs2-321">
          <mxGeometry relative="1" as="geometry" />
        </mxCell>
        <mxCell id="ttJMnmOJ9A8DWHro3bs2-348" edge="1" parent="1" source="ttJMnmOJ9A8DWHro3bs2-332" style="rounded=0;orthogonalLoop=1;jettySize=auto;html=1;exitX=1;exitY=0.5;exitDx=0;exitDy=0;endArrow=none;endFill=0;" target="ttJMnmOJ9A8DWHro3bs2-321">
          <mxGeometry relative="1" as="geometry" />
        </mxCell>
        <mxCell id="ttJMnmOJ9A8DWHro3bs2-349" edge="1" parent="1" source="ttJMnmOJ9A8DWHro3bs2-333" style="rounded=0;orthogonalLoop=1;jettySize=auto;html=1;exitX=1;exitY=0.5;exitDx=0;exitDy=0;endArrow=none;endFill=0;" target="ttJMnmOJ9A8DWHro3bs2-321">
          <mxGeometry relative="1" as="geometry" />
        </mxCell>
        <mxCell id="ttJMnmOJ9A8DWHro3bs2-350" edge="1" parent="1" source="ttJMnmOJ9A8DWHro3bs2-334" style="rounded=0;orthogonalLoop=1;jettySize=auto;html=1;exitX=1;exitY=0.5;exitDx=0;exitDy=0;endArrow=none;endFill=0;" target="ttJMnmOJ9A8DWHro3bs2-321">
          <mxGeometry relative="1" as="geometry" />
        </mxCell>
        <mxCell id="ttJMnmOJ9A8DWHro3bs2-343" edge="1" parent="1" source="ttJMnmOJ9A8DWHro3bs2-329" style="rounded=0;orthogonalLoop=1;jettySize=auto;html=1;exitX=0;exitY=0.5;exitDx=0;exitDy=0;endArrow=none;endFill=0;" target="ttJMnmOJ9A8DWHro3bs2-320">
          <mxGeometry relative="1" as="geometry">
            <mxPoint x="119.99999999999977" y="1680" as="targetPoint" />
          </mxGeometry>
        </mxCell>
        <mxCell id="ttJMnmOJ9A8DWHro3bs2-355" parent="1" style="swimlane;whiteSpace=wrap;html=1;startSize=23;" value="&lt;span style=&quot;font-family: &amp;quot;Anthropic Sans&amp;quot;, -apple-system, BlinkMacSystemFont, &amp;quot;Segoe UI&amp;quot;, sans-serif; font-size: 14px; font-weight: 500; text-align: start; white-space: nowrap;&quot;&gt;Pelaporan dan Audit&lt;/span&gt;" vertex="1">
          <mxGeometry height="510" width="370" x="220" y="2080" as="geometry" />
        </mxCell>
        <mxCell id="ttJMnmOJ9A8DWHro3bs2-360" parent="ttJMnmOJ9A8DWHro3bs2-355" style="ellipse;whiteSpace=wrap;html=1;align=center;fontSize=8;" value="Mencetak laporan" vertex="1">
          <mxGeometry height="40" width="70" x="140" y="90" as="geometry" />
        </mxCell>
        <mxCell id="ttJMnmOJ9A8DWHro3bs2-361" parent="ttJMnmOJ9A8DWHro3bs2-355" style="ellipse;whiteSpace=wrap;html=1;align=center;fontSize=8;" value="Ekspor laporan ke PDF" vertex="1">
          <mxGeometry height="40" width="70" x="90" y="270" as="geometry" />
        </mxCell>
        <mxCell id="ttJMnmOJ9A8DWHro3bs2-362" parent="ttJMnmOJ9A8DWHro3bs2-355" style="ellipse;whiteSpace=wrap;html=1;align=center;fontSize=8;" value="Melihat dashboard ringkasan" vertex="1">
          <mxGeometry height="40" width="70" x="110" y="380" as="geometry" />
        </mxCell>
        <mxCell id="ttJMnmOJ9A8DWHro3bs2-371" parent="ttJMnmOJ9A8DWHro3bs2-355" style="ellipse;whiteSpace=wrap;html=1;align=center;fontSize=8;" value="Melihat log aktivitas sistem" vertex="1">
          <mxGeometry height="40" width="70" x="194" y="460" as="geometry" />
        </mxCell>
        <mxCell id="ttJMnmOJ9A8DWHro3bs2-363" parent="ttJMnmOJ9A8DWHro3bs2-355" style="ellipse;whiteSpace=wrap;html=1;align=center;fontSize=8;" value="Menjadwalkan laporan otomatis" vertex="1">
          <mxGeometry height="40" width="70" x="140" y="310" as="geometry" />
        </mxCell>
        <mxCell id="ttJMnmOJ9A8DWHro3bs2-369" parent="ttJMnmOJ9A8DWHro3bs2-355" style="ellipse;whiteSpace=wrap;html=1;align=center;fontSize=8;" value="Verifikasi kesesuaian data aset" vertex="1">
          <mxGeometry height="40" width="70" x="180" y="250" as="geometry" />
        </mxCell>
        <mxCell id="ttJMnmOJ9A8DWHro3bs2-367" parent="ttJMnmOJ9A8DWHro3bs2-355" style="ellipse;whiteSpace=wrap;html=1;align=center;fontSize=8;" value="Mencatat hasil audit" vertex="1">
          <mxGeometry height="40" width="70" x="160" y="40" as="geometry" />
        </mxCell>
        <mxCell id="ttJMnmOJ9A8DWHro3bs2-364" parent="ttJMnmOJ9A8DWHro3bs2-355" style="ellipse;whiteSpace=wrap;html=1;align=center;fontSize=8;" value="Memfilter laporan berdasar periode" vertex="1">
          <mxGeometry height="40" width="70" x="54" y="410" as="geometry" />
        </mxCell>
        <mxCell id="ttJMnmOJ9A8DWHro3bs2-365" parent="ttJMnmOJ9A8DWHro3bs2-355" style="ellipse;whiteSpace=wrap;html=1;align=center;fontSize=8;" value="Membandingkan data periodik" vertex="1">
          <mxGeometry height="40" width="70" x="60" y="460" as="geometry" />
        </mxCell>
        <mxCell id="ttJMnmOJ9A8DWHro3bs2-370" parent="ttJMnmOJ9A8DWHro3bs2-355" style="ellipse;whiteSpace=wrap;html=1;align=center;fontSize=8;" value="Menandai aset selisih" vertex="1">
          <mxGeometry height="40" width="70" x="200" y="400" as="geometry" />
        </mxCell>
        <mxCell id="ttJMnmOJ9A8DWHro3bs2-368" parent="ttJMnmOJ9A8DWHro3bs2-355" style="ellipse;whiteSpace=wrap;html=1;align=center;fontSize=8;" value="Membuat berita acara audit" vertex="1">
          <mxGeometry height="40" width="70" x="270" y="180" as="geometry" />
        </mxCell>
        <mxCell id="ttJMnmOJ9A8DWHro3bs2-390" edge="1" parent="ttJMnmOJ9A8DWHro3bs2-355" source="ttJMnmOJ9A8DWHro3bs2-370" style="html=1;verticalAlign=bottom;labelBackgroundColor=none;endArrow=open;endFill=0;dashed=1;rounded=0;exitX=0.5;exitY=0;exitDx=0;exitDy=0;entryX=1;entryY=1;entryDx=0;entryDy=0;" target="ttJMnmOJ9A8DWHro3bs2-368" value="&amp;lt;&amp;lt;extend&amp;gt;&amp;gt;">
          <mxGeometry relative="1" width="160" as="geometry">
            <mxPoint x="280" y="350" as="sourcePoint" />
            <mxPoint x="220" y="482" as="targetPoint" />
          </mxGeometry>
        </mxCell>
        <mxCell id="ttJMnmOJ9A8DWHro3bs2-358" parent="ttJMnmOJ9A8DWHro3bs2-355" style="ellipse;whiteSpace=wrap;html=1;align=center;fontSize=8;" value="Membuat laporan aset" vertex="1">
          <mxGeometry height="40" width="70" x="50" y="30" as="geometry" />
        </mxCell>
        <mxCell id="ttJMnmOJ9A8DWHro3bs2-359" parent="ttJMnmOJ9A8DWHro3bs2-355" style="ellipse;whiteSpace=wrap;html=1;align=center;fontSize=8;" value="Membuat laporan depresiasi" vertex="1">
          <mxGeometry height="40" width="70" x="20" y="80" as="geometry" />
        </mxCell>
        <mxCell id="SDq1_bFD7WnbyKTvlYuf-2" parent="ttJMnmOJ9A8DWHro3bs2-355" style="ellipse;whiteSpace=wrap;html=1;align=center;fontSize=8;" value="Mencetak laporan mutasi" vertex="1">
          <mxGeometry height="40" width="70" x="60" y="140" as="geometry" />
        </mxCell>
        <mxCell id="SDq1_bFD7WnbyKTvlYuf-3" parent="ttJMnmOJ9A8DWHro3bs2-355" style="ellipse;whiteSpace=wrap;html=1;align=center;fontSize=8;" value="Mencetak laporan audit" vertex="1">
          <mxGeometry height="40" width="70" x="90" y="210" as="geometry" />
        </mxCell>
        <mxCell id="SDq1_bFD7WnbyKTvlYuf-4" parent="ttJMnmOJ9A8DWHro3bs2-355" style="ellipse;whiteSpace=wrap;html=1;align=center;fontSize=8;" value="Mencetak laporan pajak" vertex="1">
          <mxGeometry height="40" width="70" x="160" y="180" as="geometry" />
        </mxCell>
        <mxCell id="SDq1_bFD7WnbyKTvlYuf-11" edge="1" parent="ttJMnmOJ9A8DWHro3bs2-355" source="SDq1_bFD7WnbyKTvlYuf-4" style="html=1;verticalAlign=bottom;labelBackgroundColor=none;endArrow=open;endFill=0;dashed=1;rounded=0;exitX=0.429;exitY=0;exitDx=0;exitDy=0;entryX=0.576;entryY=0.995;entryDx=0;entryDy=0;entryPerimeter=0;exitPerimeter=0;" target="ttJMnmOJ9A8DWHro3bs2-360" value="&amp;lt;&amp;lt;extend&amp;gt;&amp;gt;">
          <mxGeometry relative="1" width="160" as="geometry">
            <mxPoint x="190" y="326" as="sourcePoint" />
            <mxPoint x="285" y="140" as="targetPoint" />
          </mxGeometry>
        </mxCell>
        <mxCell id="SDq1_bFD7WnbyKTvlYuf-12" edge="1" parent="ttJMnmOJ9A8DWHro3bs2-355" source="SDq1_bFD7WnbyKTvlYuf-2" style="html=1;verticalAlign=bottom;labelBackgroundColor=none;endArrow=open;endFill=0;dashed=1;rounded=0;exitX=0.5;exitY=0;exitDx=0;exitDy=0;entryX=0.098;entryY=0.724;entryDx=0;entryDy=0;entryPerimeter=0;" target="ttJMnmOJ9A8DWHro3bs2-360" value="&amp;lt;&amp;lt;extend&amp;gt;&amp;gt;">
          <mxGeometry relative="1" width="160" as="geometry">
            <mxPoint x="140" y="150" as="sourcePoint" />
            <mxPoint x="159" y="120" as="targetPoint" />
          </mxGeometry>
        </mxCell>
        <mxCell id="SDq1_bFD7WnbyKTvlYuf-13" edge="1" parent="ttJMnmOJ9A8DWHro3bs2-355" source="SDq1_bFD7WnbyKTvlYuf-3" style="html=1;verticalAlign=bottom;labelBackgroundColor=none;endArrow=open;endFill=0;dashed=1;rounded=0;exitX=0.685;exitY=0;exitDx=0;exitDy=0;entryX=0.23;entryY=0.892;entryDx=0;entryDy=0;entryPerimeter=0;exitPerimeter=0;" target="ttJMnmOJ9A8DWHro3bs2-360" value="&amp;lt;&amp;lt;extend&amp;gt;&amp;gt;">
          <mxGeometry relative="1" width="160" as="geometry">
            <mxPoint x="170" y="230" as="sourcePoint" />
            <mxPoint x="189" y="200" as="targetPoint" />
          </mxGeometry>
        </mxCell>
        <mxCell id="JGa3toTjyCk54IzFmMTe-7" edge="1" parent="1" source="ttJMnmOJ9A8DWHro3bs2-356" style="rounded=0;orthogonalLoop=1;jettySize=auto;html=1;entryX=0;entryY=0.5;entryDx=0;entryDy=0;endArrow=none;endFill=0;" target="ttJMnmOJ9A8DWHro3bs2-369">
          <mxGeometry relative="1" as="geometry" />
        </mxCell>
        <mxCell id="ttJMnmOJ9A8DWHro3bs2-356" parent="1" style="shape=umlActor;verticalLabelPosition=bottom;verticalAlign=top;html=1;outlineConnect=0;" value="Admin" vertex="1">
          <mxGeometry height="30" width="20" x="90" y="2280" as="geometry" />
        </mxCell>
        <mxCell id="JGa3toTjyCk54IzFmMTe-6" edge="1" parent="1" source="ttJMnmOJ9A8DWHro3bs2-357" style="rounded=0;orthogonalLoop=1;jettySize=auto;html=1;entryX=1;entryY=0.5;entryDx=0;entryDy=0;endArrow=none;endFill=0;" target="ttJMnmOJ9A8DWHro3bs2-362">
          <mxGeometry relative="1" as="geometry" />
        </mxCell>
        <mxCell id="ttJMnmOJ9A8DWHro3bs2-357" parent="1" style="shape=umlActor;verticalLabelPosition=bottom;verticalAlign=top;html=1;outlineConnect=0;" value="Auditor" vertex="1">
          <mxGeometry height="30" width="20" x="680" y="2300" as="geometry" />
        </mxCell>
        <mxCell id="ttJMnmOJ9A8DWHro3bs2-366" parent="1" style="ellipse;whiteSpace=wrap;html=1;align=center;fontSize=8;" value="Mencatat hasil pencocokan aset" vertex="1">
          <mxGeometry height="40" width="70" x="480" y="2120" as="geometry" />
        </mxCell>
        <mxCell id="ttJMnmOJ9A8DWHro3bs2-372" edge="1" parent="1" source="ttJMnmOJ9A8DWHro3bs2-358" style="rounded=0;orthogonalLoop=1;jettySize=auto;html=1;exitX=0;exitY=0.5;exitDx=0;exitDy=0;endArrow=none;endFill=0;" target="ttJMnmOJ9A8DWHro3bs2-356">
          <mxGeometry relative="1" as="geometry" />
        </mxCell>
        <mxCell id="ttJMnmOJ9A8DWHro3bs2-373" edge="1" parent="1" source="ttJMnmOJ9A8DWHro3bs2-359" style="rounded=0;orthogonalLoop=1;jettySize=auto;html=1;exitX=0;exitY=0.5;exitDx=0;exitDy=0;endArrow=none;endFill=0;" target="ttJMnmOJ9A8DWHro3bs2-356">
          <mxGeometry relative="1" as="geometry" />
        </mxCell>
        <mxCell id="ttJMnmOJ9A8DWHro3bs2-374" edge="1" parent="1" source="ttJMnmOJ9A8DWHro3bs2-360" style="rounded=0;orthogonalLoop=1;jettySize=auto;html=1;exitX=0;exitY=0.5;exitDx=0;exitDy=0;endArrow=none;endFill=0;" target="ttJMnmOJ9A8DWHro3bs2-356">
          <mxGeometry relative="1" as="geometry" />
        </mxCell>
        <mxCell id="ttJMnmOJ9A8DWHro3bs2-375" edge="1" parent="1" source="ttJMnmOJ9A8DWHro3bs2-361" style="rounded=0;orthogonalLoop=1;jettySize=auto;html=1;exitX=0;exitY=0.5;exitDx=0;exitDy=0;endArrow=none;endFill=0;" target="ttJMnmOJ9A8DWHro3bs2-356">
          <mxGeometry relative="1" as="geometry" />
        </mxCell>
        <mxCell id="ttJMnmOJ9A8DWHro3bs2-376" edge="1" parent="1" source="ttJMnmOJ9A8DWHro3bs2-362" style="rounded=0;orthogonalLoop=1;jettySize=auto;html=1;exitX=0;exitY=0.5;exitDx=0;exitDy=0;endArrow=none;endFill=0;" target="ttJMnmOJ9A8DWHro3bs2-356">
          <mxGeometry relative="1" as="geometry" />
        </mxCell>
        <mxCell id="ttJMnmOJ9A8DWHro3bs2-377" edge="1" parent="1" source="ttJMnmOJ9A8DWHro3bs2-364" style="rounded=0;orthogonalLoop=1;jettySize=auto;html=1;exitX=0;exitY=0.5;exitDx=0;exitDy=0;endArrow=none;endFill=0;" target="ttJMnmOJ9A8DWHro3bs2-356">
          <mxGeometry relative="1" as="geometry" />
        </mxCell>
        <mxCell id="ttJMnmOJ9A8DWHro3bs2-378" edge="1" parent="1" source="ttJMnmOJ9A8DWHro3bs2-365" style="rounded=0;orthogonalLoop=1;jettySize=auto;html=1;exitX=0;exitY=0.5;exitDx=0;exitDy=0;endArrow=none;endFill=0;">
          <mxGeometry relative="1" as="geometry">
            <mxPoint x="110" y="2310" as="targetPoint" />
          </mxGeometry>
        </mxCell>
        <mxCell id="ttJMnmOJ9A8DWHro3bs2-379" edge="1" parent="1" source="ttJMnmOJ9A8DWHro3bs2-366" style="rounded=0;orthogonalLoop=1;jettySize=auto;html=1;exitX=1;exitY=0.5;exitDx=0;exitDy=0;endArrow=none;endFill=0;" target="ttJMnmOJ9A8DWHro3bs2-357">
          <mxGeometry relative="1" as="geometry" />
        </mxCell>
        <mxCell id="ttJMnmOJ9A8DWHro3bs2-382" edge="1" parent="1" source="ttJMnmOJ9A8DWHro3bs2-367" style="rounded=0;orthogonalLoop=1;jettySize=auto;html=1;exitX=1;exitY=0.5;exitDx=0;exitDy=0;endArrow=none;endFill=0;" target="ttJMnmOJ9A8DWHro3bs2-357">
          <mxGeometry relative="1" as="geometry" />
        </mxCell>
        <mxCell id="ttJMnmOJ9A8DWHro3bs2-383" edge="1" parent="1" source="ttJMnmOJ9A8DWHro3bs2-368" style="rounded=0;orthogonalLoop=1;jettySize=auto;html=1;exitX=1;exitY=0.5;exitDx=0;exitDy=0;endArrow=none;endFill=0;" target="ttJMnmOJ9A8DWHro3bs2-357">
          <mxGeometry relative="1" as="geometry" />
        </mxCell>
        <mxCell id="ttJMnmOJ9A8DWHro3bs2-384" edge="1" parent="1" source="ttJMnmOJ9A8DWHro3bs2-369" style="rounded=0;orthogonalLoop=1;jettySize=auto;html=1;exitX=1;exitY=0.5;exitDx=0;exitDy=0;endArrow=none;endFill=0;" target="ttJMnmOJ9A8DWHro3bs2-357">
          <mxGeometry relative="1" as="geometry" />
        </mxCell>
        <mxCell id="ttJMnmOJ9A8DWHro3bs2-385" edge="1" parent="1" source="ttJMnmOJ9A8DWHro3bs2-370" style="rounded=0;orthogonalLoop=1;jettySize=auto;html=1;exitX=1;exitY=0.5;exitDx=0;exitDy=0;endArrow=none;endFill=0;" target="ttJMnmOJ9A8DWHro3bs2-357">
          <mxGeometry relative="1" as="geometry" />
        </mxCell>
        <mxCell id="ttJMnmOJ9A8DWHro3bs2-386" edge="1" parent="1" source="ttJMnmOJ9A8DWHro3bs2-371" style="rounded=0;orthogonalLoop=1;jettySize=auto;html=1;exitX=1;exitY=0.5;exitDx=0;exitDy=0;endArrow=none;endFill=0;" target="ttJMnmOJ9A8DWHro3bs2-357">
          <mxGeometry relative="1" as="geometry" />
        </mxCell>
        <mxCell id="ttJMnmOJ9A8DWHro3bs2-388" edge="1" parent="1" source="ttJMnmOJ9A8DWHro3bs2-363" style="rounded=0;orthogonalLoop=1;jettySize=auto;html=1;exitX=0;exitY=0.5;exitDx=0;exitDy=0;endArrow=none;endFill=0;" target="ttJMnmOJ9A8DWHro3bs2-356">
          <mxGeometry relative="1" as="geometry" />
        </mxCell>
        <mxCell id="ttJMnmOJ9A8DWHro3bs2-389" edge="1" parent="1" source="ttJMnmOJ9A8DWHro3bs2-366" style="html=1;verticalAlign=bottom;labelBackgroundColor=none;endArrow=open;endFill=0;dashed=1;rounded=0;exitX=0.5;exitY=1;exitDx=0;exitDy=0;entryX=0.5;entryY=0;entryDx=0;entryDy=0;" target="ttJMnmOJ9A8DWHro3bs2-369" value="&amp;lt;&amp;lt;include&amp;gt;&amp;gt;">
          <mxGeometry relative="1" width="160" as="geometry">
            <mxPoint x="540" y="2180" as="sourcePoint" />
            <mxPoint x="620" y="2206" as="targetPoint" />
          </mxGeometry>
        </mxCell>
        <mxCell id="ttJMnmOJ9A8DWHro3bs2-391" parent="1" style="swimlane;whiteSpace=wrap;html=1;startSize=23;" value="&lt;span style=&quot;font-family: &amp;quot;Anthropic Sans&amp;quot;, -apple-system, BlinkMacSystemFont, &amp;quot;Segoe UI&amp;quot;, sans-serif; font-size: 14px; font-weight: 500; text-align: start; white-space: nowrap;&quot;&gt;Keamanan dan Pengaturan Sistem&lt;/span&gt;" vertex="1">
          <mxGeometry height="510" width="370" x="220" y="2730" as="geometry" />
        </mxCell>
        <mxCell id="ttJMnmOJ9A8DWHro3bs2-396" parent="ttJMnmOJ9A8DWHro3bs2-391" style="ellipse;whiteSpace=wrap;html=1;align=center;fontSize=8;" value="Restore data dari backup" vertex="1">
          <mxGeometry height="40" width="70" x="50" y="280" as="geometry" />
        </mxCell>
        <mxCell id="ttJMnmOJ9A8DWHro3bs2-397" parent="ttJMnmOJ9A8DWHro3bs2-391" style="ellipse;whiteSpace=wrap;html=1;align=center;fontSize=8;" value="Menyimpan konfigurasi kebijakan sistem" vertex="1">
          <mxGeometry height="40" width="70" x="110" y="320" as="geometry" />
        </mxCell>
        <mxCell id="ttJMnmOJ9A8DWHro3bs2-392" parent="ttJMnmOJ9A8DWHro3bs2-391" style="ellipse;whiteSpace=wrap;html=1;align=center;fontSize=8;" value="Menambah akun pengguna" vertex="1">
          <mxGeometry height="40" width="70" x="70" y="40" as="geometry" />
        </mxCell>
        <mxCell id="ttJMnmOJ9A8DWHro3bs2-393" parent="ttJMnmOJ9A8DWHro3bs2-391" style="ellipse;whiteSpace=wrap;html=1;align=center;fontSize=8;" value="Menyimpan konfigurasi hak akses (RBAC)" vertex="1">
          <mxGeometry height="40" width="70" x="50" y="90" as="geometry" />
        </mxCell>
        <mxCell id="ttJMnmOJ9A8DWHro3bs2-407" parent="ttJMnmOJ9A8DWHro3bs2-391" style="ellipse;whiteSpace=wrap;html=1;align=center;fontSize=8;" value="Reset password via email" vertex="1">
          <mxGeometry height="40" width="70" x="200" y="220" as="geometry" />
        </mxCell>
        <mxCell id="ttJMnmOJ9A8DWHro3bs2-408" parent="ttJMnmOJ9A8DWHro3bs2-391" style="ellipse;whiteSpace=wrap;html=1;align=center;fontSize=8;" value="Mengaktifkan autentikasi 2FA" vertex="1">
          <mxGeometry height="40" width="70" x="194" y="290" as="geometry" />
        </mxCell>
        <mxCell id="ttJMnmOJ9A8DWHro3bs2-409" parent="ttJMnmOJ9A8DWHro3bs2-391" style="ellipse;whiteSpace=wrap;html=1;align=center;fontSize=8;" value="Memperbarui profil pengguna" vertex="1">
          <mxGeometry height="40" width="70" x="194" y="370" as="geometry" />
        </mxCell>
        <mxCell id="ttJMnmOJ9A8DWHro3bs2-398" parent="ttJMnmOJ9A8DWHro3bs2-391" style="ellipse;whiteSpace=wrap;html=1;align=center;fontSize=8;" value="Melakukan backup data" vertex="1">
          <mxGeometry height="40" width="70" x="110" y="250" as="geometry" />
        </mxCell>
        <mxCell id="ttJMnmOJ9A8DWHro3bs2-405" parent="ttJMnmOJ9A8DWHro3bs2-391" style="ellipse;whiteSpace=wrap;html=1;align=center;fontSize=8;" value="Logout dari sistem" vertex="1">
          <mxGeometry height="40" width="70" x="190" y="50" as="geometry" />
        </mxCell>
        <mxCell id="ttJMnmOJ9A8DWHro3bs2-406" parent="ttJMnmOJ9A8DWHro3bs2-391" style="ellipse;whiteSpace=wrap;html=1;align=center;fontSize=8;" value="Mengubah password" vertex="1">
          <mxGeometry height="40" width="70" x="150" y="152" as="geometry" />
        </mxCell>
        <mxCell id="ttJMnmOJ9A8DWHro3bs2-434" edge="1" parent="ttJMnmOJ9A8DWHro3bs2-391" source="ttJMnmOJ9A8DWHro3bs2-406" style="html=1;verticalAlign=bottom;labelBackgroundColor=none;endArrow=open;endFill=0;dashed=1;rounded=0;exitX=0;exitY=0.5;exitDx=0;exitDy=0;entryX=1;entryY=0;entryDx=0;entryDy=0;" target="ttJMnmOJ9A8DWHro3bs2-397" value="&amp;lt;&amp;lt;include&amp;gt;&amp;gt;">
          <mxGeometry relative="1" width="160" as="geometry">
            <mxPoint x="501" y="90" as="sourcePoint" />
            <mxPoint x="400" y="225" as="targetPoint" />
          </mxGeometry>
        </mxCell>
        <mxCell id="ttJMnmOJ9A8DWHro3bs2-394" parent="ttJMnmOJ9A8DWHro3bs2-391" style="ellipse;whiteSpace=wrap;html=1;align=center;fontSize=8;" value="Menonaktifkan akun" vertex="1">
          <mxGeometry height="40" width="70" x="124" y="112" as="geometry" />
        </mxCell>
        <mxCell id="ttJMnmOJ9A8DWHro3bs2-395" parent="1" style="ellipse;whiteSpace=wrap;html=1;align=center;fontSize=8;" value="Melihat log aktivitas pengguna" vertex="1">
          <mxGeometry height="40" width="70" x="280" y="2940" as="geometry" />
        </mxCell>
        <mxCell id="ttJMnmOJ9A8DWHro3bs2-399" parent="1" style="ellipse;whiteSpace=wrap;html=1;align=center;fontSize=8;" value="Mengonfigurasi notifikasi sistem" vertex="1">
          <mxGeometry height="40" width="70" x="310" y="3110" as="geometry" />
        </mxCell>
        <mxCell id="ttJMnmOJ9A8DWHro3bs2-400" parent="1" style="ellipse;whiteSpace=wrap;html=1;align=center;fontSize=8;" value="Memperbarui master data" vertex="1">
          <mxGeometry height="40" width="70" x="260" y="3170" as="geometry" />
        </mxCell>
        <mxCell id="JGa3toTjyCk54IzFmMTe-8" edge="1" parent="1" source="ttJMnmOJ9A8DWHro3bs2-402" style="rounded=0;orthogonalLoop=1;jettySize=auto;html=1;entryX=0;entryY=0.5;entryDx=0;entryDy=0;endArrow=none;endFill=0;" target="ttJMnmOJ9A8DWHro3bs2-406">
          <mxGeometry relative="1" as="geometry" />
        </mxCell>
        <mxCell id="ttJMnmOJ9A8DWHro3bs2-402" parent="1" style="shape=umlActor;verticalLabelPosition=bottom;verticalAlign=top;html=1;outlineConnect=0;" value="Admin" vertex="1">
          <mxGeometry height="30" width="20" x="70" y="2970" as="geometry" />
        </mxCell>
        <mxCell id="ttJMnmOJ9A8DWHro3bs2-403" parent="1" style="shape=umlActor;verticalLabelPosition=bottom;verticalAlign=top;html=1;outlineConnect=0;" value="Pengguna" vertex="1">
          <mxGeometry height="30" width="20" x="700" y="2980" as="geometry" />
        </mxCell>
        <mxCell id="ttJMnmOJ9A8DWHro3bs2-404" parent="1" style="ellipse;whiteSpace=wrap;html=1;align=center;fontSize=8;" value="Login ke sistem" vertex="1">
          <mxGeometry height="40" width="70" x="490" y="2770" as="geometry" />
        </mxCell>
        <mxCell id="ttJMnmOJ9A8DWHro3bs2-411" edge="1" parent="1" source="ttJMnmOJ9A8DWHro3bs2-404" style="rounded=0;orthogonalLoop=1;jettySize=auto;html=1;exitX=1;exitY=0.5;exitDx=0;exitDy=0;endArrow=none;endFill=0;" target="ttJMnmOJ9A8DWHro3bs2-403">
          <mxGeometry relative="1" as="geometry" />
        </mxCell>
        <mxCell id="ttJMnmOJ9A8DWHro3bs2-412" edge="1" parent="1" source="ttJMnmOJ9A8DWHro3bs2-405" style="rounded=0;orthogonalLoop=1;jettySize=auto;html=1;exitX=1;exitY=0.5;exitDx=0;exitDy=0;endArrow=none;endFill=0;" target="ttJMnmOJ9A8DWHro3bs2-403">
          <mxGeometry relative="1" as="geometry" />
        </mxCell>
        <mxCell id="ttJMnmOJ9A8DWHro3bs2-413" edge="1" parent="1" source="ttJMnmOJ9A8DWHro3bs2-406" style="rounded=0;orthogonalLoop=1;jettySize=auto;html=1;exitX=1;exitY=0.5;exitDx=0;exitDy=0;endArrow=none;endFill=0;" target="ttJMnmOJ9A8DWHro3bs2-403">
          <mxGeometry relative="1" as="geometry" />
        </mxCell>
        <mxCell id="ttJMnmOJ9A8DWHro3bs2-414" edge="1" parent="1" source="ttJMnmOJ9A8DWHro3bs2-407" style="rounded=0;orthogonalLoop=1;jettySize=auto;html=1;exitX=1;exitY=0.5;exitDx=0;exitDy=0;endArrow=none;endFill=0;" target="ttJMnmOJ9A8DWHro3bs2-403">
          <mxGeometry relative="1" as="geometry" />
        </mxCell>
        <mxCell id="ttJMnmOJ9A8DWHro3bs2-415" edge="1" parent="1" source="ttJMnmOJ9A8DWHro3bs2-408" style="rounded=0;orthogonalLoop=1;jettySize=auto;html=1;exitX=1;exitY=0.5;exitDx=0;exitDy=0;endArrow=none;endFill=0;" target="ttJMnmOJ9A8DWHro3bs2-403">
          <mxGeometry relative="1" as="geometry" />
        </mxCell>
        <mxCell id="ttJMnmOJ9A8DWHro3bs2-416" edge="1" parent="1" source="ttJMnmOJ9A8DWHro3bs2-409" style="rounded=0;orthogonalLoop=1;jettySize=auto;html=1;exitX=1;exitY=0.5;exitDx=0;exitDy=0;endArrow=none;endFill=0;" target="ttJMnmOJ9A8DWHro3bs2-403">
          <mxGeometry relative="1" as="geometry" />
        </mxCell>
        <mxCell id="ttJMnmOJ9A8DWHro3bs2-419" edge="1" parent="1" source="ttJMnmOJ9A8DWHro3bs2-392" style="rounded=0;orthogonalLoop=1;jettySize=auto;html=1;exitX=0;exitY=0.5;exitDx=0;exitDy=0;endArrow=none;endFill=0;" target="ttJMnmOJ9A8DWHro3bs2-402">
          <mxGeometry relative="1" as="geometry" />
        </mxCell>
        <mxCell id="ttJMnmOJ9A8DWHro3bs2-420" edge="1" parent="1" source="ttJMnmOJ9A8DWHro3bs2-393" style="rounded=0;orthogonalLoop=1;jettySize=auto;html=1;exitX=0;exitY=0.5;exitDx=0;exitDy=0;endArrow=none;endFill=0;" target="ttJMnmOJ9A8DWHro3bs2-402">
          <mxGeometry relative="1" as="geometry" />
        </mxCell>
        <mxCell id="ttJMnmOJ9A8DWHro3bs2-422" edge="1" parent="1" source="ttJMnmOJ9A8DWHro3bs2-394" style="rounded=0;orthogonalLoop=1;jettySize=auto;html=1;exitX=0;exitY=0.5;exitDx=0;exitDy=0;endArrow=none;endFill=0;" target="ttJMnmOJ9A8DWHro3bs2-402">
          <mxGeometry relative="1" as="geometry" />
        </mxCell>
        <mxCell id="ttJMnmOJ9A8DWHro3bs2-423" edge="1" parent="1" source="ttJMnmOJ9A8DWHro3bs2-395" style="rounded=0;orthogonalLoop=1;jettySize=auto;html=1;exitX=0;exitY=0.5;exitDx=0;exitDy=0;endArrow=none;endFill=0;" target="ttJMnmOJ9A8DWHro3bs2-402">
          <mxGeometry relative="1" as="geometry" />
        </mxCell>
        <mxCell id="ttJMnmOJ9A8DWHro3bs2-424" edge="1" parent="1" source="ttJMnmOJ9A8DWHro3bs2-396" style="rounded=0;orthogonalLoop=1;jettySize=auto;html=1;exitX=0;exitY=0.5;exitDx=0;exitDy=0;endArrow=none;endFill=0;" target="ttJMnmOJ9A8DWHro3bs2-402">
          <mxGeometry relative="1" as="geometry" />
        </mxCell>
        <mxCell id="ttJMnmOJ9A8DWHro3bs2-425" edge="1" parent="1" source="ttJMnmOJ9A8DWHro3bs2-397" style="rounded=0;orthogonalLoop=1;jettySize=auto;html=1;exitX=0;exitY=0.5;exitDx=0;exitDy=0;endArrow=none;endFill=0;" target="ttJMnmOJ9A8DWHro3bs2-402">
          <mxGeometry relative="1" as="geometry" />
        </mxCell>
        <mxCell id="ttJMnmOJ9A8DWHro3bs2-426" edge="1" parent="1" source="ttJMnmOJ9A8DWHro3bs2-398" style="rounded=0;orthogonalLoop=1;jettySize=auto;html=1;exitX=0;exitY=0.5;exitDx=0;exitDy=0;endArrow=none;endFill=0;" target="ttJMnmOJ9A8DWHro3bs2-402">
          <mxGeometry relative="1" as="geometry" />
        </mxCell>
        <mxCell id="ttJMnmOJ9A8DWHro3bs2-429" edge="1" parent="1" source="ttJMnmOJ9A8DWHro3bs2-399" style="rounded=0;orthogonalLoop=1;jettySize=auto;html=1;exitX=0;exitY=0.5;exitDx=0;exitDy=0;endArrow=none;endFill=0;" target="ttJMnmOJ9A8DWHro3bs2-402">
          <mxGeometry relative="1" as="geometry" />
        </mxCell>
        <mxCell id="ttJMnmOJ9A8DWHro3bs2-430" edge="1" parent="1" source="ttJMnmOJ9A8DWHro3bs2-400" style="rounded=0;orthogonalLoop=1;jettySize=auto;html=1;exitX=0;exitY=0.5;exitDx=0;exitDy=0;endArrow=none;endFill=0;" target="ttJMnmOJ9A8DWHro3bs2-402">
          <mxGeometry relative="1" as="geometry" />
        </mxCell>
        <mxCell id="ttJMnmOJ9A8DWHro3bs2-433" edge="1" parent="1" source="ttJMnmOJ9A8DWHro3bs2-407" style="html=1;verticalAlign=bottom;labelBackgroundColor=none;endArrow=open;endFill=0;dashed=1;rounded=0;" target="ttJMnmOJ9A8DWHro3bs2-404" value="&amp;lt;&amp;lt;extend&amp;gt;&amp;gt;">
          <mxGeometry relative="1" width="160" as="geometry">
            <mxPoint x="650" y="2976" as="sourcePoint" />
            <mxPoint x="675" y="2850" as="targetPoint" />
          </mxGeometry>
        </mxCell>
        <mxCell id="JGa3toTjyCk54IzFmMTe-1" edge="1" parent="1" source="ttJMnmOJ9A8DWHro3bs2-257" style="rounded=0;orthogonalLoop=1;jettySize=auto;html=1;exitX=1;exitY=0.5;exitDx=0;exitDy=0;endArrow=none;endFill=0;" target="ttJMnmOJ9A8DWHro3bs2-251">
          <mxGeometry relative="1" as="geometry" />
        </mxCell>
        <mxCell id="JGa3toTjyCk54IzFmMTe-2" edge="1" parent="1" source="ttJMnmOJ9A8DWHro3bs2-259" style="rounded=0;orthogonalLoop=1;jettySize=auto;html=1;exitX=1;exitY=0;exitDx=0;exitDy=0;endArrow=none;endFill=0;" target="ttJMnmOJ9A8DWHro3bs2-251">
          <mxGeometry relative="1" as="geometry" />
        </mxCell>
        <mxCell id="JGa3toTjyCk54IzFmMTe-5" edge="1" parent="1" source="ttJMnmOJ9A8DWHro3bs2-320" style="rounded=0;orthogonalLoop=1;jettySize=auto;html=1;entryX=0.047;entryY=0.73;entryDx=0;entryDy=0;entryPerimeter=0;endArrow=none;endFill=0;" target="ttJMnmOJ9A8DWHro3bs2-331">
          <mxGeometry relative="1" as="geometry" />
        </mxCell>
        <mxCell id="SDq1_bFD7WnbyKTvlYuf-1" edge="1" parent="1" source="ttJMnmOJ9A8DWHro3bs2-324" style="rounded=0;orthogonalLoop=1;jettySize=auto;html=1;exitX=1;exitY=0.5;exitDx=0;exitDy=0;endArrow=none;endFill=0;" target="ttJMnmOJ9A8DWHro3bs2-321">
          <mxGeometry relative="1" as="geometry" />
        </mxCell>
        <mxCell id="SDq1_bFD7WnbyKTvlYuf-8" edge="1" parent="1" source="SDq1_bFD7WnbyKTvlYuf-2" style="rounded=0;orthogonalLoop=1;jettySize=auto;html=1;exitX=0;exitY=0.5;exitDx=0;exitDy=0;endArrow=none;endFill=0;" target="ttJMnmOJ9A8DWHro3bs2-356">
          <mxGeometry relative="1" as="geometry" />
        </mxCell>
        <mxCell id="SDq1_bFD7WnbyKTvlYuf-9" edge="1" parent="1" source="SDq1_bFD7WnbyKTvlYuf-4" style="rounded=0;orthogonalLoop=1;jettySize=auto;html=1;exitX=0;exitY=0.5;exitDx=0;exitDy=0;endArrow=none;endFill=0;" target="ttJMnmOJ9A8DWHro3bs2-356">
          <mxGeometry relative="1" as="geometry" />
        </mxCell>
        <mxCell id="SDq1_bFD7WnbyKTvlYuf-10" edge="1" parent="1" source="SDq1_bFD7WnbyKTvlYuf-3" style="rounded=0;orthogonalLoop=1;jettySize=auto;html=1;exitX=0;exitY=0.5;exitDx=0;exitDy=0;endArrow=none;endFill=0;" target="ttJMnmOJ9A8DWHro3bs2-356">
          <mxGeometry relative="1" as="geometry" />
        </mxCell>
        <mxCell id="Ji7-jTJ7KOdppPhq-gUy-1" edge="1" parent="1" source="ttJMnmOJ9A8DWHro3bs2-229" style="rounded=0;orthogonalLoop=1;jettySize=auto;html=1;exitX=0;exitY=0.5;exitDx=0;exitDy=0;endArrow=none;endFill=0;" target="ttJMnmOJ9A8DWHro3bs2-210">
          <mxGeometry relative="1" as="geometry" />
        </mxCell>
        <mxCell id="Ji7-jTJ7KOdppPhq-gUy-2" edge="1" parent="1" source="ttJMnmOJ9A8DWHro3bs2-214" style="rounded=0;orthogonalLoop=1;jettySize=auto;html=1;exitX=1;exitY=0.5;exitDx=0;exitDy=0;endArrow=none;endFill=0;" target="ttJMnmOJ9A8DWHro3bs2-211">
          <mxGeometry relative="1" as="geometry" />
        </mxCell>
        <mxCell id="Ji7-jTJ7KOdppPhq-gUy-7" edge="1" parent="1" source="Ji7-jTJ7KOdppPhq-gUy-6" style="rounded=0;orthogonalLoop=1;jettySize=auto;html=1;exitX=0;exitY=0.5;exitDx=0;exitDy=0;endArrow=none;endFill=0;" target="ttJMnmOJ9A8DWHro3bs2-250">
          <mxGeometry relative="1" as="geometry" />
        </mxCell>
        <mxCell id="Ji7-jTJ7KOdppPhq-gUy-10" edge="1" parent="1" source="Ji7-jTJ7KOdppPhq-gUy-9" style="rounded=0;orthogonalLoop=1;jettySize=auto;html=1;exitX=0;exitY=0.5;exitDx=0;exitDy=0;endArrow=none;endFill=0;" target="ttJMnmOJ9A8DWHro3bs2-320">
          <mxGeometry relative="1" as="geometry" />
        </mxCell>
        <mxCell id="Z1_i2laTNwozgm0S6zVG-2" edge="1" parent="1" source="Z1_i2laTNwozgm0S6zVG-1" style="rounded=0;orthogonalLoop=1;jettySize=auto;html=1;exitX=0;exitY=0.5;exitDx=0;exitDy=0;endArrow=none;endFill=0;" target="ttJMnmOJ9A8DWHro3bs2-320">
          <mxGeometry relative="1" as="geometry" />
        </mxCell>
      </root>
    </mxGraphModel>
  </diagram>
</mxfile>
